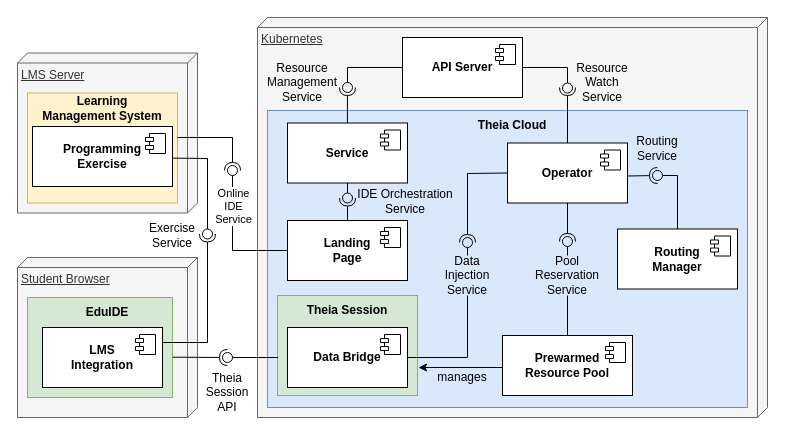
This is figures/ssd4.drawio from lukaskratzel/ba, a draw.io file, before an edit. Source tidied: cells renumbered, new cells numbered last; positions are measured from the earlier drawing's top-left corner, leaving out a move shared by most shapes. Both pictures are drawn from the tidied source at 100%, with x=0, y=0 at pixel (17, 17).
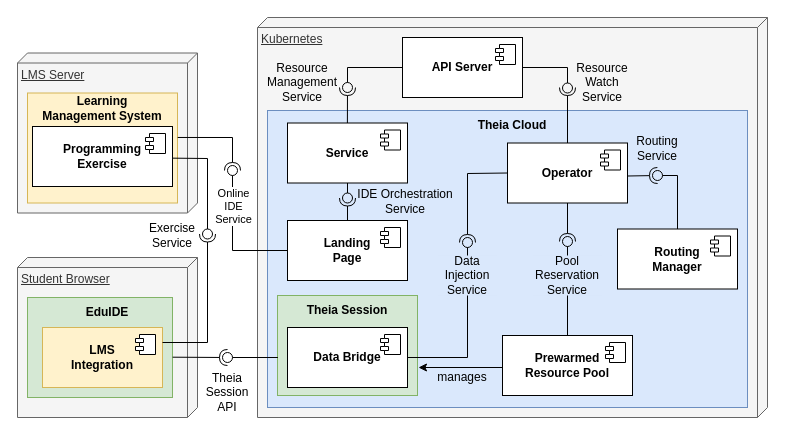
The same page after the edit.

The edit, as a diff of the source:
```diff
@@
-    <mxCell id="33" value="&lt;b&gt;LMS&lt;/b&gt;&lt;div&gt;&lt;b&gt;Integration&lt;/b&gt;&lt;/div&gt;" style="html=1;whiteSpace=wrap;" parent="1" vertex="1">
+    <mxCell id="33" value="&lt;b&gt;LMS&lt;/b&gt;&lt;div&gt;&lt;b&gt;Integration&lt;/b&gt;&lt;/div&gt;" style="html=1;whiteSpace=wrap;fillColor=#fff2cc;strokeColor=#d6b656;" parent="1" vertex="1">
       <mxGeometry x="25" y="310" width="120" height="60" as="geometry" />
     </mxCell>
```
